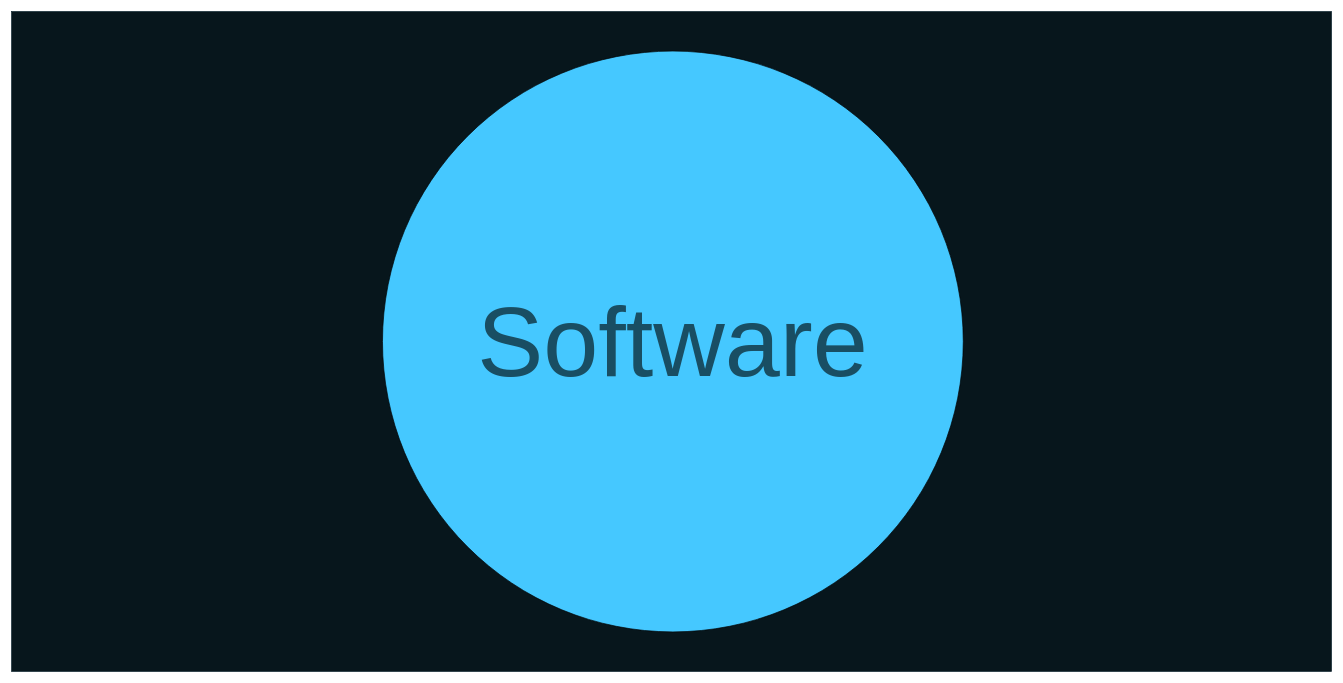
Above: deck/ru/diagrams/caBaseSoftware.drawio in AlexanderLapygin/ca-react-rest-api-starter (draw.io), before the change. Source tidied: cells renumbered, new cells numbered last; positions are measured from the earlier drawing's top-left corner, leaving out a move shared by most shapes. Both pictures are drawn from the tidied source at 66%, with x=0, y=0 at pixel (11, 11).
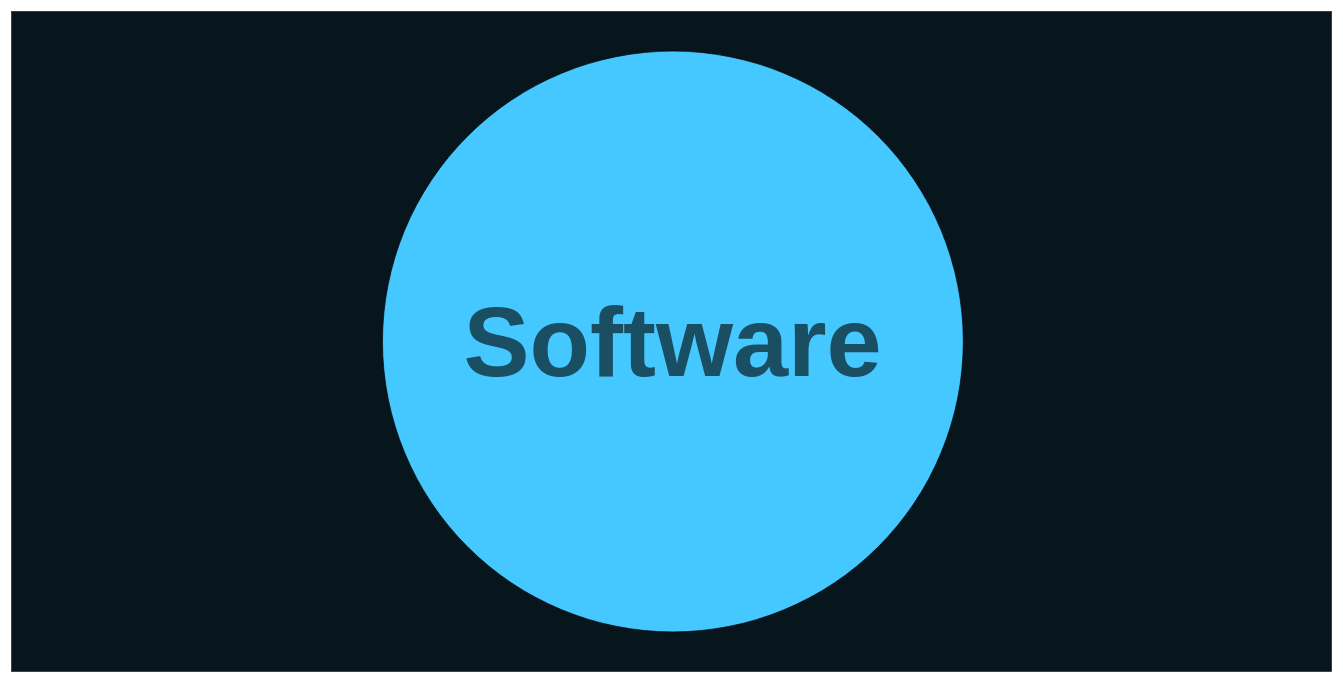
After the change.

What changed in the source:
```diff
@@
 <mxGraphModel background="#ffffff">
   <root>
     <mxCell id="0" />
     <mxCell id="1" parent="0" />
     <mxCell id="2" style="rounded=0;whiteSpace=wrap;html=1;fillColor=#07161C;fontSize=60;fontColor=#267696;strokeColor=#0C242E;labelBackgroundColor=#ffffff;" parent="1" vertex="1">
       <mxGeometry y="-0.1" width="2000" height="1000" as="geometry" />
     </mxCell>
-    <mxCell id="3" value="Software" style="ellipse;whiteSpace=wrap;html=1;fillColor=#45C8FF;fontSize=150;labelPosition=center;verticalLabelPosition=middle;align=center;verticalAlign=middle;fontColor=#194E63;" parent="1" vertex="1">
+    <mxCell id="3" value="Software" style="ellipse;whiteSpace=wrap;html=1;fillColor=#45C8FF;fontSize=150;labelPosition=center;verticalLabelPosition=middle;align=center;verticalAlign=middle;fontColor=#194E63;fontStyle=1;" parent="1" vertex="1">
       <mxGeometry x="562" y="59.9" width="880" height="880" as="geometry" />
     </mxCell>
   </root>
 </mxGraphModel>
```
